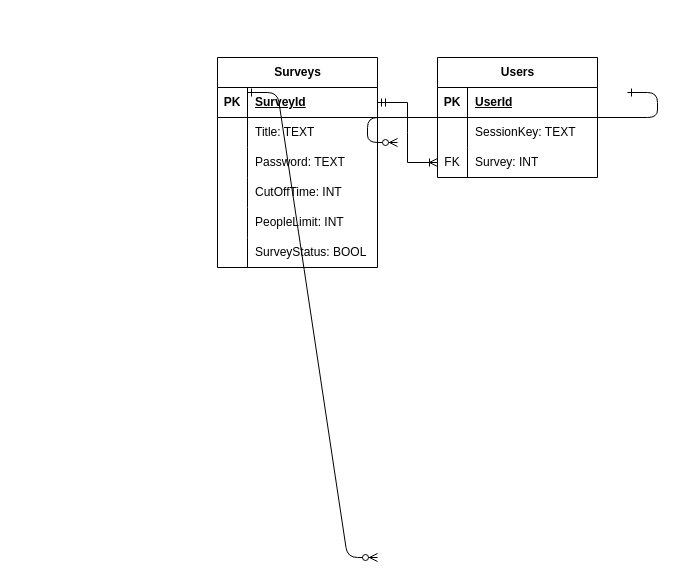
The draw.io diagram Documentation/ER.drawio in Wastalona/Q1TimeS, before the edit. Source tidied: cells renumbered, new cells numbered last; positions are measured from the earlier drawing's top-left corner, leaving out a move shared by most shapes. Both pictures are drawn from the tidied source at 100%, with x=0, y=0 at pixel (217, 57).
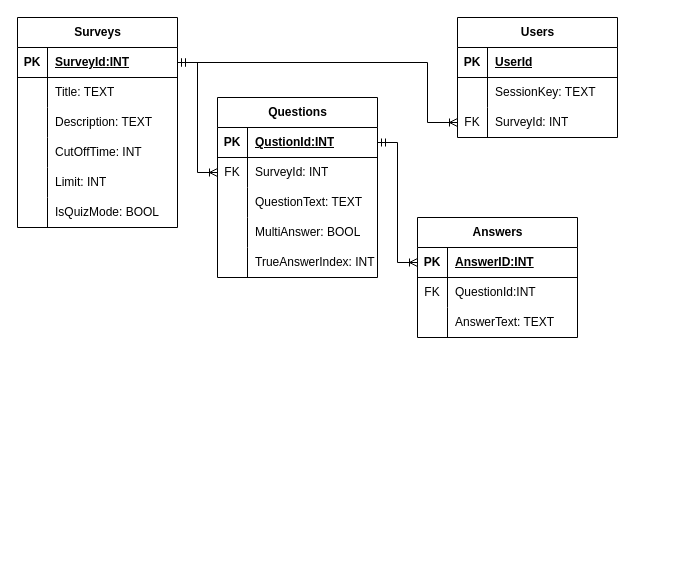
The same page after the edit.

The change refers to these unchanged cells:
```xml
<mxCell id="5" style="shape=tableRow;horizontal=0;startSize=0;swimlaneHead=0;swimlaneBody=0;fillColor=none;points=[[0,0.5],[1,0.5]];portConstraint=eastwest;top=0;left=0;right=0;bottom=1;" parent="4" vertex="1">
  <mxGeometry y="30" width="160" height="30" as="geometry" />
</mxCell>
<mxCell id="11" style="shape=tableRow;horizontal=0;startSize=0;swimlaneHead=0;swimlaneBody=0;fillColor=none;top=0;left=0;right=0;bottom=0;" parent="4" vertex="1">
  <mxGeometry y="90" width="160" height="30" as="geometry" />
</mxCell>
<mxCell id="17" style="shape=tableRow;horizontal=0;startSize=0;swimlaneHead=0;swimlaneBody=0;fillColor=none;top=0;left=0;right=0;bottom=0;" parent="4" vertex="1">
  <mxGeometry y="150" width="160" height="30" as="geometry" />
</mxCell>
<mxCell id="20" style="shape=tableRow;horizontal=0;startSize=0;swimlaneHead=0;swimlaneBody=0;fillColor=none;top=0;left=0;right=0;bottom=0;" parent="4" vertex="1">
  <mxGeometry y="180" width="160" height="30" as="geometry" />
</mxCell>
<mxCell id="30" style="shape=tableRow;horizontal=0;startSize=0;swimlaneHead=0;swimlaneBody=0;fillColor=none;points=[[0,0.5],[1,0.5]];portConstraint=eastwest;top=0;left=0;right=0;bottom=0;" parent="23" vertex="1">
  <mxGeometry y="90" width="160" height="30" as="geometry" />
</mxCell>
```

What changed in the source:
```diff
@@
-    <mxCell id="2" style="edgeStyle=entityRelationEdgeStyle;endArrow=ERzeroToMany;startArrow=ERone;endFill=1;startFill=0;" parent="1" edge="1">
-      <mxGeometry relative="1" as="geometry">
-        <mxPoint x="30" y="35" as="sourcePoint" />
-        <mxPoint x="160" y="500" as="targetPoint" />
-      </mxGeometry>
-    </mxCell>
-    <mxCell id="3" style="edgeStyle=entityRelationEdgeStyle;endArrow=ERzeroToMany;startArrow=ERone;endFill=1;startFill=0;" parent="1" edge="1">
-      <mxGeometry relative="1" as="geometry">
-        <mxPoint x="410" y="35" as="sourcePoint" />
-        <mxPoint x="180" y="85" as="targetPoint" />
-      </mxGeometry>
-    </mxCell>
     <mxCell id="4" value="Surveys" style="shape=table;startSize=30;childLayout=tableLayout;rowLines=0;fontStyle=1;align=center;html=1;" parent="1" vertex="1">
-      <mxGeometry width="160" height="210" as="geometry" />
+      <mxGeometry x="-200" y="-40" width="160" height="210" as="geometry" />
     </mxCell>
@@
-    <mxCell id="7" value="SurveyId" style="shape=partialRectangle;fillColor=none;top=0;left=0;bottom=0;right=0;align=left;spacingLeft=6;fontStyle=5;overflow=hidden;whiteSpace=wrap;html=1;" parent="5" vertex="1">
+    <mxCell id="7" value="SurveyId:INT" style="shape=partialRectangle;fillColor=none;top=0;left=0;bottom=0;right=0;align=left;spacingLeft=6;fontStyle=5;overflow=hidden;whiteSpace=wrap;html=1;" parent="5" vertex="1">
       <mxGeometry x="30" width="130" height="30" as="geometry" />
     </mxCell>
@@
-    <mxCell id="13" value="Password: TEXT" style="shape=partialRectangle;fillColor=none;top=0;left=0;bottom=0;right=0;align=left;spacingLeft=6;overflow=hidden;whiteSpace=wrap;html=1;" parent="11" vertex="1">
+    <mxCell id="13" value="Description: TEXT" style="shape=partialRectangle;fillColor=none;top=0;left=0;bottom=0;right=0;align=left;spacingLeft=6;overflow=hidden;whiteSpace=wrap;html=1;" parent="11" vertex="1">
       <mxGeometry x="30" width="130" height="30" as="geometry" />
     </mxCell>
@@
-    <mxCell id="19" value="PeopleLimit: INT" style="shape=partialRectangle;fillColor=none;top=0;left=0;bottom=0;right=0;align=left;spacingLeft=6;overflow=hidden;whiteSpace=wrap;html=1;" parent="17" vertex="1">
+    <mxCell id="19" value="Limit: INT" style="shape=partialRectangle;fillColor=none;top=0;left=0;bottom=0;right=0;align=left;spacingLeft=6;overflow=hidden;whiteSpace=wrap;html=1;" parent="17" vertex="1">
       <mxGeometry x="30" width="130" height="30" as="geometry" />
     </mxCell>
@@
-    <mxCell id="22" value="SurveyStatus: BOOL" style="shape=partialRectangle;fillColor=none;top=0;left=0;bottom=0;right=0;align=left;spacingLeft=6;overflow=hidden;whiteSpace=wrap;html=1;" parent="20" vertex="1">
+    <mxCell id="22" value="IsQuizMode: BOOL" style="shape=partialRectangle;fillColor=none;top=0;left=0;bottom=0;right=0;align=left;spacingLeft=6;overflow=hidden;whiteSpace=wrap;html=1;" parent="20" vertex="1">
       <mxGeometry x="30" width="130" height="30" as="geometry" />
     </mxCell>
     <mxCell id="23" value="Users" style="shape=table;startSize=30;childLayout=tableLayout;rowLines=0;fontStyle=1;align=center;html=1;" parent="1" vertex="1">
-      <mxGeometry x="220" width="160" height="120" as="geometry" />
+      <mxGeometry x="240" y="-40" width="160" height="120" as="geometry" />
     </mxCell>
@@
-    <mxCell id="32" value="Survey: INT" style="shape=partialRectangle;fillColor=none;top=0;left=0;bottom=0;right=0;align=left;spacingLeft=6;overflow=hidden;whiteSpace=wrap;html=1;" parent="30" vertex="1">
+    <mxCell id="32" value="SurveyId: INT" style="shape=partialRectangle;fillColor=none;top=0;left=0;bottom=0;right=0;align=left;spacingLeft=6;overflow=hidden;whiteSpace=wrap;html=1;" parent="30" vertex="1">
       <mxGeometry x="30" width="130" height="30" as="geometry" />
     </mxCell>
+    <mxCell id="34" value="Questions" style="shape=table;startSize=30;childLayout=tableLayout;rowLines=0;fontStyle=1;align=center;html=1;" parent="1" vertex="1">
+      <mxGeometry y="40" width="160" height="180" as="geometry" />
+    </mxCell>
+    <mxCell id="35" style="shape=tableRow;horizontal=0;startSize=0;swimlaneHead=0;swimlaneBody=0;fillColor=none;points=[[0,0.5],[1,0.5]];portConstraint=eastwest;top=0;left=0;right=0;bottom=1;" parent="34" vertex="1">
+      <mxGeometry y="30" width="160" height="30" as="geometry" />
+    </mxCell>
+    <mxCell id="36" value="PK" style="shape=partialRectangle;fillColor=none;top=0;left=0;bottom=0;right=0;fontStyle=1;overflow=hidden;whiteSpace=wrap;html=1;" parent="35" vertex="1">
+      <mxGeometry width="30" height="30" as="geometry" />
+    </mxCell>
+    <mxCell id="37" value="QustionId:INT" style="shape=partialRectangle;fillColor=none;top=0;left=0;bottom=0;right=0;align=left;spacingLeft=6;fontStyle=5;overflow=hidden;whiteSpace=wrap;html=1;" parent="35" vertex="1">
+      <mxGeometry x="30" width="130" height="30" as="geometry" />
+    </mxCell>
+    <mxCell id="38" style="shape=tableRow;horizontal=0;startSize=0;swimlaneHead=0;swimlaneBody=0;fillColor=none;points=[[0,0.5],[1,0.5]];portConstraint=eastwest;top=0;left=0;right=0;bottom=0;" parent="34" vertex="1">
+      <mxGeometry y="60" width="160" height="30" as="geometry" />
+    </mxCell>
+    <mxCell id="39" value="FK" style="shape=partialRectangle;fillColor=none;top=0;left=0;bottom=0;right=0;overflow=hidden;whiteSpace=wrap;html=1;" parent="38" vertex="1">
+      <mxGeometry width="30" height="30" as="geometry" />
+    </mxCell>
+    <mxCell id="40" value="SurveyId: INT" style="shape=partialRectangle;fillColor=none;top=0;left=0;bottom=0;right=0;align=left;spacingLeft=6;overflow=hidden;whiteSpace=wrap;html=1;" parent="38" vertex="1">
+      <mxGeometry x="30" width="130" height="30" as="geometry" />
+    </mxCell>
+    <mxCell id="41" style="shape=tableRow;horizontal=0;startSize=0;swimlaneHead=0;swimlaneBody=0;fillColor=none;top=0;left=0;right=0;bottom=0;" parent="34" vertex="1">
+      <mxGeometry y="90" width="160" height="30" as="geometry" />
+    </mxCell>
+    <mxCell id="42" style="shape=partialRectangle;fillColor=none;top=0;left=0;bottom=0;right=0;overflow=hidden;whiteSpace=wrap;html=1;" parent="41" vertex="1">
+      <mxGeometry width="30" height="30" as="geometry" />
+    </mxCell>
+    <mxCell id="43" value="QuestionText: TEXT" style="shape=partialRectangle;fillColor=none;top=0;left=0;bottom=0;right=0;align=left;spacingLeft=6;overflow=hidden;whiteSpace=wrap;html=1;" parent="41" vertex="1">
+      <mxGeometry x="30" width="130" height="30" as="geometry" />
+    </mxCell>
+    <mxCell id="44" style="shape=tableRow;horizontal=0;startSize=0;swimlaneHead=0;swimlaneBody=0;fillColor=none;top=0;left=0;right=0;bottom=0;" parent="34" vertex="1">
+      <mxGeometry y="120" width="160" height="30" as="geometry" />
+    </mxCell>
+    <mxCell id="45" style="shape=partialRectangle;fillColor=none;top=0;left=0;bottom=0;right=0;overflow=hidden;whiteSpace=wrap;html=1;" parent="44" vertex="1">
+      <mxGeometry width="30" height="30" as="geometry" />
+    </mxCell>
+    <mxCell id="46" value="MultiAnswer: BOOL" style="shape=partialRectangle;fillColor=none;top=0;left=0;bottom=0;right=0;align=left;spacingLeft=6;overflow=hidden;whiteSpace=wrap;html=1;" parent="44" vertex="1">
+      <mxGeometry x="30" width="130" height="30" as="geometry" />
+    </mxCell>
+    <mxCell id="47" style="shape=tableRow;horizontal=0;startSize=0;swimlaneHead=0;swimlaneBody=0;fillColor=none;top=0;left=0;right=0;bottom=0;" parent="34" vertex="1">
+      <mxGeometry y="150" width="160" height="30" as="geometry" />
+    </mxCell>
+    <mxCell id="48" style="shape=partialRectangle;fillColor=none;top=0;left=0;bottom=0;right=0;overflow=hidden;whiteSpace=wrap;html=1;" parent="47" vertex="1">
+      <mxGeometry width="30" height="30" as="geometry" />
+    </mxCell>
+    <mxCell id="49" value="TrueAnswerIndex: INT" style="shape=partialRectangle;fillColor=none;top=0;left=0;bottom=0;right=0;align=left;spacingLeft=6;overflow=hidden;whiteSpace=wrap;html=1;" parent="47" vertex="1">
+      <mxGeometry x="30" width="130" height="30" as="geometry" />
+    </mxCell>
+    <mxCell id="50" value="Answers" style="shape=table;startSize=30;childLayout=tableLayout;rowLines=0;fontStyle=1;align=center;html=1;" parent="1" vertex="1">
+      <mxGeometry x="200" y="160" width="160" height="120" as="geometry" />
+    </mxCell>
+    <mxCell id="51" style="shape=tableRow;horizontal=0;startSize=0;swimlaneHead=0;swimlaneBody=0;fillColor=none;points=[[0,0.5],[1,0.5]];portConstraint=eastwest;top=0;left=0;right=0;bottom=1;" parent="50" vertex="1">
+      <mxGeometry y="30" width="160" height="30" as="geometry" />
+    </mxCell>
+    <mxCell id="52" value="PK" style="shape=partialRectangle;fillColor=none;top=0;left=0;bottom=0;right=0;fontStyle=1;overflow=hidden;whiteSpace=wrap;html=1;" parent="51" vertex="1">
+      <mxGeometry width="30" height="30" as="geometry" />
+    </mxCell>
+    <mxCell id="53" value="AnswerID:INT" style="shape=partialRectangle;fillColor=none;top=0;left=0;bottom=0;right=0;align=left;spacingLeft=6;fontStyle=5;overflow=hidden;whiteSpace=wrap;html=1;" parent="51" vertex="1">
+      <mxGeometry x="30" width="130" height="30" as="geometry" />
+    </mxCell>
+    <mxCell id="54" style="shape=tableRow;horizontal=0;startSize=0;swimlaneHead=0;swimlaneBody=0;fillColor=none;top=0;left=0;right=0;bottom=0;" parent="50" vertex="1">
+      <mxGeometry y="60" width="160" height="30" as="geometry" />
+    </mxCell>
+    <mxCell id="55" value="FK" style="shape=partialRectangle;fillColor=none;top=0;left=0;bottom=0;right=0;overflow=hidden;whiteSpace=wrap;html=1;" parent="54" vertex="1">
+      <mxGeometry width="30" height="30" as="geometry" />
+    </mxCell>
+    <mxCell id="56" value="QuestionId:INT" style="shape=partialRectangle;fillColor=none;top=0;left=0;bottom=0;right=0;align=left;spacingLeft=6;overflow=hidden;whiteSpace=wrap;html=1;" parent="54" vertex="1">
+      <mxGeometry x="30" width="130" height="30" as="geometry" />
+    </mxCell>
+    <mxCell id="57" style="shape=tableRow;horizontal=0;startSize=0;swimlaneHead=0;swimlaneBody=0;fillColor=none;top=0;left=0;right=0;bottom=0;" parent="50" vertex="1">
+      <mxGeometry y="90" width="160" height="30" as="geometry" />
+    </mxCell>
+    <mxCell id="58" style="shape=partialRectangle;fillColor=none;top=0;left=0;bottom=0;right=0;overflow=hidden;whiteSpace=wrap;html=1;" parent="57" vertex="1">
+      <mxGeometry width="30" height="30" as="geometry" />
+    </mxCell>
+    <mxCell id="59" value="AnswerText: TEXT" style="shape=partialRectangle;fillColor=none;top=0;left=0;bottom=0;right=0;align=left;spacingLeft=6;overflow=hidden;whiteSpace=wrap;html=1;" parent="57" vertex="1">
+      <mxGeometry x="30" width="130" height="30" as="geometry" />
+    </mxCell>
+    <mxCell id="60" style="edgeStyle=orthogonalEdgeStyle;fontSize=12;html=1;endArrow=ERoneToMany;rounded=0;entryX=0;entryY=0.5;entryDx=0;entryDy=0;exitX=1;exitY=0.5;exitDx=0;exitDy=0;startArrow=ERmandOne;startFill=0;" parent="1" edge="1" source="5" target="38">
+      <mxGeometry relative="1" as="geometry" />
+    </mxCell>
+    <mxCell id="61" style="edgeStyle=orthogonalEdgeStyle;fontSize=12;html=1;endArrow=ERoneToMany;rounded=0;entryX=0;entryY=0.5;entryDx=0;entryDy=0;exitX=1;exitY=0.5;exitDx=0;exitDy=0;startArrow=ERmandOne;startFill=0;" parent="1" edge="1" source="35" target="51">
+      <mxGeometry relative="1" as="geometry" />
+    </mxCell>
-    <mxCell id="33" style="edgeStyle=entityRelationEdgeStyle;fontSize=12;html=1;endArrow=ERoneToMany;rounded=0;entryX=0;entryY=0.5;entryDx=0;entryDy=0;exitX=1;exitY=0.5;exitDx=0;exitDy=0;startArrow=ERmandOne;startFill=0;endFill=0;" parent="1" edge="1" source="5" target="30">
-      <mxGeometry relative="1" as="geometry" />
+    <mxCell id="33" style="edgeStyle=orthogonalEdgeStyle;fontSize=12;html=1;endArrow=ERoneToMany;rounded=0;entryX=0;entryY=0.5;entryDx=0;entryDy=0;exitX=1;exitY=0.5;exitDx=0;exitDy=0;startArrow=ERmandOne;startFill=0;" parent="1" edge="1" source="5" target="30">
+      <mxGeometry relative="1" as="geometry">
+        <Array as="points">
+          <mxPoint x="210" y="5" />
+          <mxPoint x="210" y="65" />
+        </Array>
+      </mxGeometry>
     </mxCell>
```
